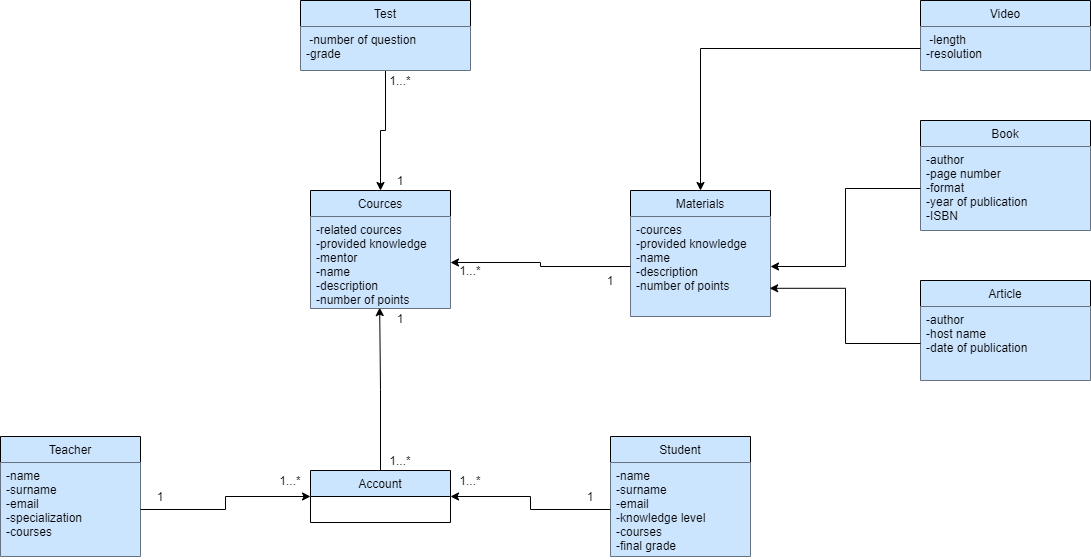
Before: EducationPortal_KateNetrebich.png, a diagram exported from draw.io (KateNetrebich/Homework-KateNetrebich). Source tidied: cells renumbered, new cells last; positions are measured from the earlier drawing's top-left corner, leaving out a move shared by most shapes. Its diagram source:
```xml
<mxGraphModel>
  <root>
    <mxCell id="0" />
    <mxCell id="1" parent="0" />
    <mxCell id="2" style="edgeStyle=orthogonalEdgeStyle;rounded=0;jettySize=auto;html=1;exitX=0.5;exitY=0;exitDx=0;exitDy=0;entryX=0.494;entryY=0.99;entryDx=0;entryDy=0;entryPerimeter=0;fillColor=#CCE5FF;" parent="1" edge="1" source="3" target="5">
      <mxGeometry relative="1" as="geometry" />
    </mxCell>
    <mxCell id="3" value="Account" style="swimlane;fontStyle=0;horizontal=1;startSize=26;fillColor=#CCE5FF;" parent="1" vertex="1">
      <mxGeometry x="310" y="470" width="140" height="52" as="geometry" />
    </mxCell>
    <mxCell id="4" value="Cources" style="swimlane;fontStyle=0;horizontal=1;startSize=26;fillColor=#CCE5FF;" parent="1" vertex="1">
      <mxGeometry x="310" y="190" width="140" height="118" as="geometry" />
    </mxCell>
    <mxCell id="5" value="-related cources&#10;-provided knowledge&#10;-mentor&#10;-name&#10;-description &#10;-number of points &#10;&#10;" style="text;strokeColor=none;fillColor=#CCE5FF;align=left;verticalAlign=top;spacingLeft=4;spacingRight=4;overflow=hidden;points=[[0,0.5],[1,0.5]];portConstraint=eastwest;" parent="4" vertex="1">
      <mxGeometry y="26" width="140" height="92" as="geometry" />
    </mxCell>
    <mxCell id="6" value="Materials" style="swimlane;fontStyle=0;horizontal=1;startSize=26;fillColor=#CCE5FF;" parent="1" vertex="1">
      <mxGeometry x="630" y="190" width="140" height="126" as="geometry" />
    </mxCell>
    <mxCell id="7" value="-cources&#10;-provided knowledge&#10;-name&#10;-description &#10;-number of points &#10;&#10;" style="text;strokeColor=none;fillColor=#CCE5FF;align=left;verticalAlign=top;spacingLeft=4;spacingRight=4;overflow=hidden;points=[[0,0.5],[1,0.5]];portConstraint=eastwest;" parent="6" vertex="1">
      <mxGeometry y="26" width="140" height="100" as="geometry" />
    </mxCell>
    <mxCell id="8" style="edgeStyle=orthogonalEdgeStyle;rounded=0;jettySize=auto;html=1;exitX=0;exitY=0.5;exitDx=0;exitDy=0;entryX=1;entryY=0.5;entryDx=0;entryDy=0;fillColor=#CCE5FF;" parent="1" edge="1" source="7" target="5">
      <mxGeometry relative="1" as="geometry" />
    </mxCell>
    <mxCell id="9" value="Student" style="swimlane;fontStyle=0;horizontal=1;startSize=26;fillColor=#CCE5FF;" parent="1" vertex="1">
      <mxGeometry x="610" y="436" width="140" height="120" as="geometry" />
    </mxCell>
    <mxCell id="10" value="-name&#10;-surname&#10;-email&#10;-knowledge level &#10;-courses&#10;-final grade " style="text;strokeColor=none;fillColor=#CCE5FF;align=left;verticalAlign=top;spacingLeft=4;spacingRight=4;overflow=hidden;points=[[0,0.5],[1,0.5]];portConstraint=eastwest;" parent="9" vertex="1">
      <mxGeometry y="26" width="140" height="94" as="geometry" />
    </mxCell>
    <mxCell id="11" style="edgeStyle=orthogonalEdgeStyle;rounded=0;jettySize=auto;html=1;exitX=0;exitY=0.5;exitDx=0;exitDy=0;entryX=1;entryY=0.5;entryDx=0;entryDy=0;fillColor=#CCE5FF;" parent="1" edge="1" source="10" target="3">
      <mxGeometry relative="1" as="geometry" />
    </mxCell>
    <mxCell id="12" value="Teacher" style="swimlane;fontStyle=0;horizontal=1;startSize=26;fillColor=#CCE5FF;" parent="1" vertex="1">
      <mxGeometry y="436" width="140" height="120" as="geometry" />
    </mxCell>
    <mxCell id="13" value="-name&#10;-surname&#10;-email&#10;-specialization&#10;-courses" style="text;strokeColor=none;fillColor=#CCE5FF;align=left;verticalAlign=top;spacingLeft=4;spacingRight=4;overflow=hidden;points=[[0,0.5],[1,0.5]];portConstraint=eastwest;" parent="12" vertex="1">
      <mxGeometry y="26" width="140" height="94" as="geometry" />
    </mxCell>
    <mxCell id="14" style="edgeStyle=orthogonalEdgeStyle;rounded=0;jettySize=auto;html=1;exitX=1;exitY=0.5;exitDx=0;exitDy=0;entryX=0;entryY=0.5;entryDx=0;entryDy=0;fillColor=#CCE5FF;" parent="1" edge="1" source="13" target="3">
      <mxGeometry relative="1" as="geometry" />
    </mxCell>
    <mxCell id="15" value="1" style="text;html=1;strokeColor=none;fillColor=none;align=center;verticalAlign=middle;whiteSpace=wrap;rounded=0;" parent="1" vertex="1">
      <mxGeometry x="140" y="486" width="40" height="20" as="geometry" />
    </mxCell>
    <mxCell id="16" value="1" style="text;html=1;strokeColor=none;fillColor=none;align=center;verticalAlign=middle;whiteSpace=wrap;rounded=0;" parent="1" vertex="1">
      <mxGeometry x="570" y="486" width="40" height="20" as="geometry" />
    </mxCell>
    <mxCell id="17" value="1" style="text;html=1;strokeColor=none;fillColor=none;align=center;verticalAlign=middle;whiteSpace=wrap;rounded=0;" parent="1" vertex="1">
      <mxGeometry x="590" y="270" width="40" height="20" as="geometry" />
    </mxCell>
    <mxCell id="18" value="1" style="text;html=1;strokeColor=none;fillColor=none;align=center;verticalAlign=middle;whiteSpace=wrap;rounded=0;" parent="1" vertex="1">
      <mxGeometry x="380" y="308" width="40" height="20" as="geometry" />
    </mxCell>
    <mxCell id="19" value="1...*" style="text;html=1;strokeColor=none;fillColor=none;align=center;verticalAlign=middle;whiteSpace=wrap;rounded=0;" parent="1" vertex="1">
      <mxGeometry x="270" y="470" width="40" height="20" as="geometry" />
    </mxCell>
    <mxCell id="20" value="1...*" style="text;html=1;strokeColor=none;fillColor=none;align=center;verticalAlign=middle;whiteSpace=wrap;rounded=0;" parent="1" vertex="1">
      <mxGeometry x="450" y="470" width="40" height="20" as="geometry" />
    </mxCell>
    <mxCell id="21" value="1...*" style="text;html=1;strokeColor=none;fillColor=none;align=center;verticalAlign=middle;whiteSpace=wrap;rounded=0;" parent="1" vertex="1">
      <mxGeometry x="380" y="450" width="40" height="20" as="geometry" />
    </mxCell>
    <mxCell id="22" value="1...*" style="text;html=1;strokeColor=none;fillColor=none;align=center;verticalAlign=middle;whiteSpace=wrap;rounded=0;" parent="1" vertex="1">
      <mxGeometry x="450" y="260" width="40" height="20" as="geometry" />
    </mxCell>
    <mxCell id="23" value="Video" style="swimlane;fontStyle=0;horizontal=1;startSize=26;fillColor=#CCE5FF;" parent="1" vertex="1">
      <mxGeometry x="920" width="170" height="70" as="geometry" />
    </mxCell>
    <mxCell id="24" value=" -length&#10;-resolution" style="text;strokeColor=none;fillColor=#CCE5FF;align=left;verticalAlign=top;spacingLeft=4;spacingRight=4;overflow=hidden;points=[[0,0.5],[1,0.5]];portConstraint=eastwest;" parent="23" vertex="1">
      <mxGeometry y="26" width="170" height="44" as="geometry" />
    </mxCell>
    <mxCell id="25" value="Book" style="swimlane;fontStyle=0;horizontal=1;startSize=26;fillColor=#CCE5FF;" parent="1" vertex="1">
      <mxGeometry x="920" y="120" width="170" height="110" as="geometry" />
    </mxCell>
    <mxCell id="26" value="-author&#10;-page number&#10;-format&#10;-year of publication&#10;-ISBN&#10;" style="text;strokeColor=none;fillColor=#CCE5FF;align=left;verticalAlign=top;spacingLeft=4;spacingRight=4;overflow=hidden;points=[[0,0.5],[1,0.5]];portConstraint=eastwest;" parent="25" vertex="1">
      <mxGeometry y="26" width="170" height="84" as="geometry" />
    </mxCell>
    <mxCell id="27" value="Article" style="swimlane;fontStyle=0;horizontal=1;startSize=26;fillColor=#CCE5FF;" parent="1" vertex="1">
      <mxGeometry x="920" y="280" width="170" height="100" as="geometry" />
    </mxCell>
    <mxCell id="28" value="-author&#10;-host name&#10;-date of publication&#10;" style="text;strokeColor=none;fillColor=#CCE5FF;align=left;verticalAlign=top;spacingLeft=4;spacingRight=4;overflow=hidden;points=[[0,0.5],[1,0.5]];portConstraint=eastwest;" parent="27" vertex="1">
      <mxGeometry y="26" width="170" height="74" as="geometry" />
    </mxCell>
    <mxCell id="29" style="edgeStyle=orthogonalEdgeStyle;rounded=0;jettySize=auto;html=1;exitX=0;exitY=0.5;exitDx=0;exitDy=0;entryX=0.994;entryY=0.718;entryDx=0;entryDy=0;entryPerimeter=0;" parent="1" edge="1" source="28" target="7">
      <mxGeometry relative="1" as="geometry" />
    </mxCell>
    <mxCell id="30" style="edgeStyle=orthogonalEdgeStyle;rounded=0;jettySize=auto;html=1;exitX=0;exitY=0.5;exitDx=0;exitDy=0;entryX=1;entryY=0.5;entryDx=0;entryDy=0;" parent="1" edge="1" source="26" target="7">
      <mxGeometry relative="1" as="geometry" />
    </mxCell>
    <mxCell id="31" style="edgeStyle=orthogonalEdgeStyle;rounded=0;jettySize=auto;html=1;exitX=0;exitY=0.5;exitDx=0;exitDy=0;" parent="1" edge="1" source="24" target="6">
      <mxGeometry relative="1" as="geometry" />
    </mxCell>
    <mxCell id="32" style="edgeStyle=orthogonalEdgeStyle;rounded=0;jettySize=auto;html=1;exitX=0.5;exitY=1;exitDx=0;exitDy=0;entryX=0.5;entryY=0;entryDx=0;entryDy=0;" parent="1" edge="1" source="33" target="4">
      <mxGeometry relative="1" as="geometry" />
    </mxCell>
    <mxCell id="33" value="Test" style="swimlane;fontStyle=0;horizontal=1;startSize=26;fillColor=#CCE5FF;" parent="1" vertex="1">
      <mxGeometry x="300" width="170" height="70" as="geometry" />
    </mxCell>
    <mxCell id="34" value=" -number of question&#10;-grade" style="text;strokeColor=none;fillColor=#CCE5FF;align=left;verticalAlign=top;spacingLeft=4;spacingRight=4;overflow=hidden;" parent="33" vertex="1">
      <mxGeometry y="26" width="170" height="44" as="geometry" />
    </mxCell>
    <mxCell id="35" value="1" style="text;html=1;strokeColor=none;fillColor=none;align=center;verticalAlign=middle;whiteSpace=wrap;rounded=0;" parent="1" vertex="1">
      <mxGeometry x="380" y="170" width="40" height="20" as="geometry" />
    </mxCell>
    <mxCell id="36" value="1...*" style="text;html=1;strokeColor=none;fillColor=none;align=center;verticalAlign=middle;whiteSpace=wrap;rounded=0;" parent="1" vertex="1">
      <mxGeometry x="380" y="70" width="40" height="20" as="geometry" />
    </mxCell>
  </root>
</mxGraphModel>
```
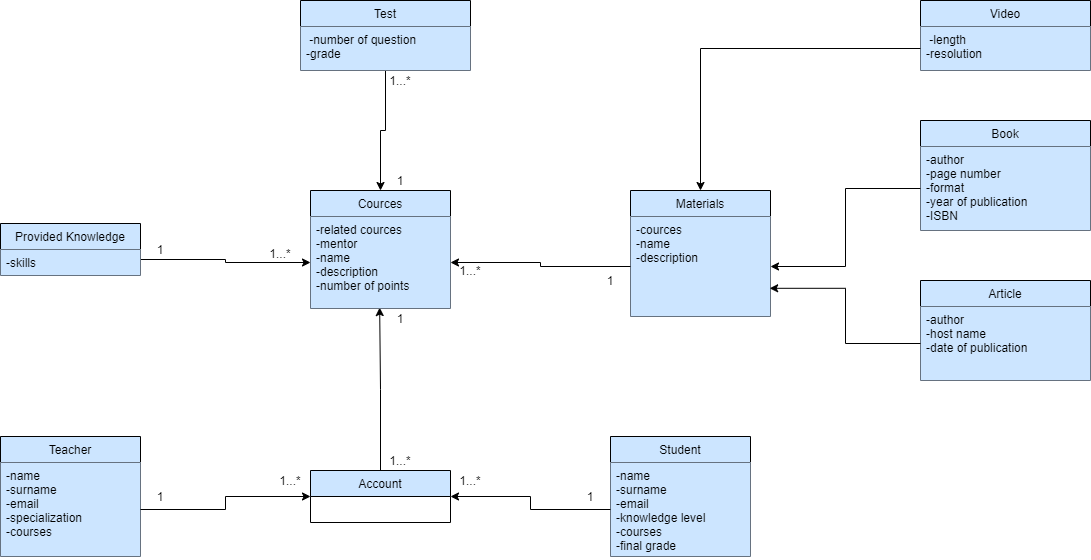
Above is the later version.

Commit message:
added entity Provided Knowledge

The edit, as a diff of the source:
```diff
@@ -2,27 +2,27 @@
   <root>
     <mxCell id="0" />
     <mxCell id="1" parent="0" />
-    <mxCell id="2" style="edgeStyle=orthogonalEdgeStyle;rounded=0;jettySize=auto;html=1;exitX=0.5;exitY=0;exitDx=0;exitDy=0;entryX=0.494;entryY=0.99;entryDx=0;entryDy=0;entryPerimeter=0;fillColor=#CCE5FF;" parent="1" edge="1" source="3" target="5">
-      <mxGeometry relative="1" as="geometry" />
-    </mxCell>
+    <mxCell id="37" style="edgeStyle=orthogonalEdgeStyle;rounded=0;jettySize=auto;html=1;exitX=0.5;exitY=0;exitDx=0;exitDy=0;entryX=0.494;entryY=0.99;entryDx=0;entryDy=0;entryPerimeter=0;fillColor=#CCE5FF;" parent="1" edge="1" source="3" target="38">
+      <mxGeometry relative="1" as="geometry" />
+    </mxCell>
     <mxCell id="3" value="Account" style="swimlane;fontStyle=0;horizontal=1;startSize=26;fillColor=#CCE5FF;" parent="1" vertex="1">
       <mxGeometry x="310" y="470" width="140" height="52" as="geometry" />
     </mxCell>
     <mxCell id="4" value="Cources" style="swimlane;fontStyle=0;horizontal=1;startSize=26;fillColor=#CCE5FF;" parent="1" vertex="1">
       <mxGeometry x="310" y="190" width="140" height="118" as="geometry" />
     </mxCell>
-    <mxCell id="5" value="-related cources&#10;-provided knowledge&#10;-mentor&#10;-name&#10;-description &#10;-number of points &#10;&#10;" style="text;strokeColor=none;fillColor=#CCE5FF;align=left;verticalAlign=top;spacingLeft=4;spacingRight=4;overflow=hidden;points=[[0,0.5],[1,0.5]];portConstraint=eastwest;" parent="4" vertex="1">
-      <mxGeometry y="26" width="140" height="92" as="geometry" />
-    </mxCell>
+    <mxCell id="38" value="-related cources&#10;-mentor&#10;-name&#10;-description &#10;-number of points &#10;&#10;" style="text;strokeColor=none;fillColor=#CCE5FF;align=left;verticalAlign=top;spacingLeft=4;spacingRight=4;overflow=hidden;points=[[0,0.5],[1,0.5]];portConstraint=eastwest;" parent="4" vertex="1">
+      <mxGeometry y="26" width="140" height="92" as="geometry" />
+    </mxCell>
     <mxCell id="6" value="Materials" style="swimlane;fontStyle=0;horizontal=1;startSize=26;fillColor=#CCE5FF;" parent="1" vertex="1">
       <mxGeometry x="630" y="190" width="140" height="126" as="geometry" />
     </mxCell>
-    <mxCell id="7" value="-cources&#10;-provided knowledge&#10;-name&#10;-description &#10;-number of points &#10;&#10;" style="text;strokeColor=none;fillColor=#CCE5FF;align=left;verticalAlign=top;spacingLeft=4;spacingRight=4;overflow=hidden;points=[[0,0.5],[1,0.5]];portConstraint=eastwest;" parent="6" vertex="1">
-      <mxGeometry y="26" width="140" height="100" as="geometry" />
-    </mxCell>
-    <mxCell id="8" style="edgeStyle=orthogonalEdgeStyle;rounded=0;jettySize=auto;html=1;exitX=0;exitY=0.5;exitDx=0;exitDy=0;entryX=1;entryY=0.5;entryDx=0;entryDy=0;fillColor=#CCE5FF;" parent="1" edge="1" source="7" target="5">
-      <mxGeometry relative="1" as="geometry" />
-    </mxCell>
+    <mxCell id="39" value="-cources&#10;-name&#10;-description  &#10;&#10;" style="text;strokeColor=none;fillColor=#CCE5FF;align=left;verticalAlign=top;spacingLeft=4;spacingRight=4;overflow=hidden;points=[[0,0.5],[1,0.5]];portConstraint=eastwest;" parent="6" vertex="1">
+      <mxGeometry y="26" width="140" height="100" as="geometry" />
+    </mxCell>
+    <mxCell id="40" style="edgeStyle=orthogonalEdgeStyle;rounded=0;jettySize=auto;html=1;exitX=0;exitY=0.5;exitDx=0;exitDy=0;entryX=1;entryY=0.5;entryDx=0;entryDy=0;fillColor=#CCE5FF;" parent="1" edge="1" source="39" target="38">
+      <mxGeometry relative="1" as="geometry" />
+    </mxCell>
     <mxCell id="9" value="Student" style="swimlane;fontStyle=0;horizontal=1;startSize=26;fillColor=#CCE5FF;" parent="1" vertex="1">
       <mxGeometry x="610" y="436" width="140" height="120" as="geometry" />
     </mxCell>
@@ -41,30 +41,30 @@
     <mxCell id="14" style="edgeStyle=orthogonalEdgeStyle;rounded=0;jettySize=auto;html=1;exitX=1;exitY=0.5;exitDx=0;exitDy=0;entryX=0;entryY=0.5;entryDx=0;entryDy=0;fillColor=#CCE5FF;" parent="1" edge="1" source="13" target="3">
       <mxGeometry relative="1" as="geometry" />
     </mxCell>
-    <mxCell id="15" value="1" style="text;html=1;strokeColor=none;fillColor=none;align=center;verticalAlign=middle;whiteSpace=wrap;rounded=0;" parent="1" vertex="1">
-      <mxGeometry x="140" y="486" width="40" height="20" as="geometry" />
-    </mxCell>
-    <mxCell id="16" value="1" style="text;html=1;strokeColor=none;fillColor=none;align=center;verticalAlign=middle;whiteSpace=wrap;rounded=0;" parent="1" vertex="1">
-      <mxGeometry x="570" y="486" width="40" height="20" as="geometry" />
-    </mxCell>
-    <mxCell id="17" value="1" style="text;html=1;strokeColor=none;fillColor=none;align=center;verticalAlign=middle;whiteSpace=wrap;rounded=0;" parent="1" vertex="1">
-      <mxGeometry x="590" y="270" width="40" height="20" as="geometry" />
-    </mxCell>
-    <mxCell id="18" value="1" style="text;html=1;strokeColor=none;fillColor=none;align=center;verticalAlign=middle;whiteSpace=wrap;rounded=0;" parent="1" vertex="1">
-      <mxGeometry x="380" y="308" width="40" height="20" as="geometry" />
-    </mxCell>
-    <mxCell id="19" value="1...*" style="text;html=1;strokeColor=none;fillColor=none;align=center;verticalAlign=middle;whiteSpace=wrap;rounded=0;" parent="1" vertex="1">
-      <mxGeometry x="270" y="470" width="40" height="20" as="geometry" />
-    </mxCell>
-    <mxCell id="20" value="1...*" style="text;html=1;strokeColor=none;fillColor=none;align=center;verticalAlign=middle;whiteSpace=wrap;rounded=0;" parent="1" vertex="1">
-      <mxGeometry x="450" y="470" width="40" height="20" as="geometry" />
-    </mxCell>
-    <mxCell id="21" value="1...*" style="text;html=1;strokeColor=none;fillColor=none;align=center;verticalAlign=middle;whiteSpace=wrap;rounded=0;" parent="1" vertex="1">
-      <mxGeometry x="380" y="450" width="40" height="20" as="geometry" />
-    </mxCell>
-    <mxCell id="22" value="1...*" style="text;html=1;strokeColor=none;fillColor=none;align=center;verticalAlign=middle;whiteSpace=wrap;rounded=0;" parent="1" vertex="1">
-      <mxGeometry x="450" y="260" width="40" height="20" as="geometry" />
-    </mxCell>
+    <mxCell id="41" value="1" style="text;html=1;strokeColor=none;fillColor=none;align=center;verticalAlign=middle;whiteSpace=wrap;rounded=0;" parent="1" vertex="1">
+      <mxGeometry x="140" y="486" width="40" height="20" as="geometry" />
+    </mxCell>
+    <mxCell id="42" value="1" style="text;html=1;strokeColor=none;fillColor=none;align=center;verticalAlign=middle;whiteSpace=wrap;rounded=0;" parent="1" vertex="1">
+      <mxGeometry x="570" y="486" width="40" height="20" as="geometry" />
+    </mxCell>
+    <mxCell id="43" value="1" style="text;html=1;strokeColor=none;fillColor=none;align=center;verticalAlign=middle;whiteSpace=wrap;rounded=0;" parent="1" vertex="1">
+      <mxGeometry x="590" y="270" width="40" height="20" as="geometry" />
+    </mxCell>
+    <mxCell id="44" value="1" style="text;html=1;strokeColor=none;fillColor=none;align=center;verticalAlign=middle;whiteSpace=wrap;rounded=0;" parent="1" vertex="1">
+      <mxGeometry x="380" y="308" width="40" height="20" as="geometry" />
+    </mxCell>
+    <mxCell id="45" value="1...*" style="text;html=1;strokeColor=none;fillColor=none;align=center;verticalAlign=middle;whiteSpace=wrap;rounded=0;" parent="1" vertex="1">
+      <mxGeometry x="270" y="470" width="40" height="20" as="geometry" />
+    </mxCell>
+    <mxCell id="46" value="1...*" style="text;html=1;strokeColor=none;fillColor=none;align=center;verticalAlign=middle;whiteSpace=wrap;rounded=0;" parent="1" vertex="1">
+      <mxGeometry x="450" y="470" width="40" height="20" as="geometry" />
+    </mxCell>
+    <mxCell id="47" value="1...*" style="text;html=1;strokeColor=none;fillColor=none;align=center;verticalAlign=middle;whiteSpace=wrap;rounded=0;" parent="1" vertex="1">
+      <mxGeometry x="380" y="450" width="40" height="20" as="geometry" />
+    </mxCell>
+    <mxCell id="48" value="1...*" style="text;html=1;strokeColor=none;fillColor=none;align=center;verticalAlign=middle;whiteSpace=wrap;rounded=0;" parent="1" vertex="1">
+      <mxGeometry x="450" y="260" width="40" height="20" as="geometry" />
+    </mxCell>
     <mxCell id="23" value="Video" style="swimlane;fontStyle=0;horizontal=1;startSize=26;fillColor=#CCE5FF;" parent="1" vertex="1">
       <mxGeometry x="920" width="170" height="70" as="geometry" />
     </mxCell>
@@ -83,12 +83,12 @@
     <mxCell id="28" value="-author&#10;-host name&#10;-date of publication&#10;" style="text;strokeColor=none;fillColor=#CCE5FF;align=left;verticalAlign=top;spacingLeft=4;spacingRight=4;overflow=hidden;points=[[0,0.5],[1,0.5]];portConstraint=eastwest;" parent="27" vertex="1">
       <mxGeometry y="26" width="170" height="74" as="geometry" />
     </mxCell>
-    <mxCell id="29" style="edgeStyle=orthogonalEdgeStyle;rounded=0;jettySize=auto;html=1;exitX=0;exitY=0.5;exitDx=0;exitDy=0;entryX=0.994;entryY=0.718;entryDx=0;entryDy=0;entryPerimeter=0;" parent="1" edge="1" source="28" target="7">
-      <mxGeometry relative="1" as="geometry" />
-    </mxCell>
-    <mxCell id="30" style="edgeStyle=orthogonalEdgeStyle;rounded=0;jettySize=auto;html=1;exitX=0;exitY=0.5;exitDx=0;exitDy=0;entryX=1;entryY=0.5;entryDx=0;entryDy=0;" parent="1" edge="1" source="26" target="7">
-      <mxGeometry relative="1" as="geometry" />
-    </mxCell>
+    <mxCell id="49" style="edgeStyle=orthogonalEdgeStyle;rounded=0;jettySize=auto;html=1;exitX=0;exitY=0.5;exitDx=0;exitDy=0;entryX=0.994;entryY=0.718;entryDx=0;entryDy=0;entryPerimeter=0;" parent="1" edge="1" source="28" target="39">
+      <mxGeometry relative="1" as="geometry" />
+    </mxCell>
+    <mxCell id="50" style="edgeStyle=orthogonalEdgeStyle;rounded=0;jettySize=auto;html=1;exitX=0;exitY=0.5;exitDx=0;exitDy=0;entryX=1;entryY=0.5;entryDx=0;entryDy=0;" parent="1" edge="1" source="26" target="39">
+      <mxGeometry relative="1" as="geometry" />
+    </mxCell>
     <mxCell id="31" style="edgeStyle=orthogonalEdgeStyle;rounded=0;jettySize=auto;html=1;exitX=0;exitY=0.5;exitDx=0;exitDy=0;" parent="1" edge="1" source="24" target="6">
       <mxGeometry relative="1" as="geometry" />
     </mxCell>
@@ -101,11 +101,28 @@
     <mxCell id="34" value=" -number of question&#10;-grade" style="text;strokeColor=none;fillColor=#CCE5FF;align=left;verticalAlign=top;spacingLeft=4;spacingRight=4;overflow=hidden;" parent="33" vertex="1">
       <mxGeometry y="26" width="170" height="44" as="geometry" />
     </mxCell>
-    <mxCell id="35" value="1" style="text;html=1;strokeColor=none;fillColor=none;align=center;verticalAlign=middle;whiteSpace=wrap;rounded=0;" parent="1" vertex="1">
-      <mxGeometry x="380" y="170" width="40" height="20" as="geometry" />
-    </mxCell>
-    <mxCell id="36" value="1...*" style="text;html=1;strokeColor=none;fillColor=none;align=center;verticalAlign=middle;whiteSpace=wrap;rounded=0;" parent="1" vertex="1">
-      <mxGeometry x="380" y="70" width="40" height="20" as="geometry" />
-    </mxCell>
+    <mxCell id="51" value="1" style="text;html=1;strokeColor=none;fillColor=none;align=center;verticalAlign=middle;whiteSpace=wrap;rounded=0;" parent="1" vertex="1">
+      <mxGeometry x="380" y="170" width="40" height="20" as="geometry" />
+    </mxCell>
+    <mxCell id="52" value="1...*" style="text;html=1;strokeColor=none;fillColor=none;align=center;verticalAlign=middle;whiteSpace=wrap;rounded=0;" parent="1" vertex="1">
+      <mxGeometry x="380" y="70" width="40" height="20" as="geometry" />
+    </mxCell>
+    <mxCell id="53" style="edgeStyle=orthogonalEdgeStyle;rounded=0;jettySize=auto;html=1;exitX=1;exitY=0.5;exitDx=0;exitDy=0;" parent="1" edge="1" target="38">
+      <mxGeometry relative="1" as="geometry">
+        <mxPoint x="140" y="259" as="sourcePoint" />
+      </mxGeometry>
+    </mxCell>
+    <mxCell id="54" value="1...*" style="text;html=1;strokeColor=none;fillColor=none;align=center;verticalAlign=middle;whiteSpace=wrap;rounded=0;" parent="1" vertex="1">
+      <mxGeometry x="260" y="243" width="40" height="20" as="geometry" />
+    </mxCell>
+    <mxCell id="55" value="1" style="text;html=1;strokeColor=none;fillColor=none;align=center;verticalAlign=middle;whiteSpace=wrap;rounded=0;" parent="1" vertex="1">
+      <mxGeometry x="140" y="239" width="40" height="20" as="geometry" />
+    </mxCell>
+    <mxCell id="56" value="Provided Knowledge" style="swimlane;fontStyle=0;horizontal=1;startSize=26;fillColor=#CCE5FF;" parent="1" vertex="1">
+      <mxGeometry y="223" width="140" height="52" as="geometry" />
+    </mxCell>
+    <mxCell id="57" value="-skills" style="text;strokeColor=none;fillColor=#CCE5FF;align=left;verticalAlign=top;spacingLeft=4;spacingRight=4;overflow=hidden;" parent="56" vertex="1">
+      <mxGeometry y="26" width="140" height="26" as="geometry" />
+    </mxCell>
   </root>
 </mxGraphModel>
```
